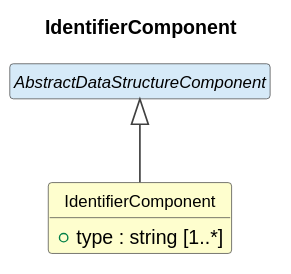
Above: cdif-uml-model/DataDescriptionWithStructure/Classes/IdentifierComponent.svg in Cross-Domain-Interoperability-Framework/metadataBuildingBlocks (PlantUML), before the change. Its diagram source:
```plantuml
@startuml
title IdentifierComponent
hide circle
hide empty members
skinparam shadowing false
skinparam ArrowThickness 1.2
skinparam class {
  ArrowColor #404040
  BorderColor #404040
  FontSize 12
}

class "IdentifierComponent" as IdentifierComponent #FEFECE {
  +type : string [1..*]
}
abstract class "AbstractDataStructureComponent" as AbstractDataStructureComponent #D6EAF8
AbstractDataStructureComponent <|-- IdentifierComponent
@enduml
```
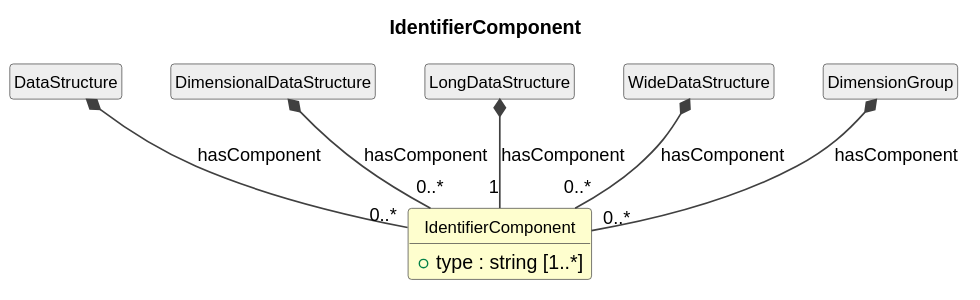
Later version of the same file.

Diff of the diagram source:
```diff
@@ -13,6 +13,14 @@
 class "IdentifierComponent" as IdentifierComponent #FEFECE {
   +type : string [1..*]
 }
-abstract class "AbstractDataStructureComponent" as AbstractDataStructureComponent #D6EAF8
-AbstractDataStructureComponent <|-- IdentifierComponent
+class "DataStructure" as DataStructure #EEEEEE
+DataStructure *-- "0..*" IdentifierComponent : hasComponent
+class "DimensionalDataStructure" as DimensionalDataStructure #EEEEEE
+DimensionalDataStructure *-- "0..*" IdentifierComponent : hasComponent
+class "LongDataStructure" as LongDataStructure #EEEEEE
+LongDataStructure *-- "1" IdentifierComponent : hasComponent
+class "WideDataStructure" as WideDataStructure #EEEEEE
+WideDataStructure *-- "0..*" IdentifierComponent : hasComponent
+class "DimensionGroup" as DimensionGroup #EEEEEE
+DimensionGroup *-- "0..*" IdentifierComponent : hasComponent
 @enduml
```
